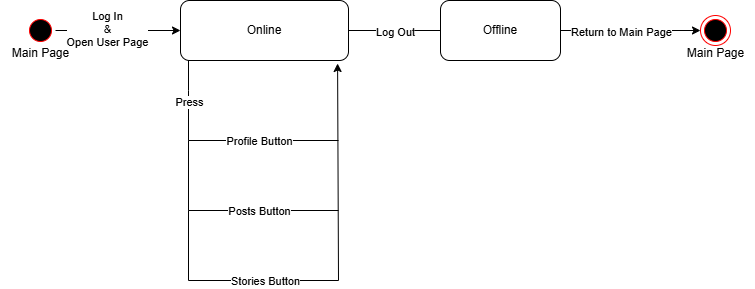
Before: State Diagram.png, a diagram exported from draw.io (AbdelrahmanEssam1007/ConnectHub). Source tidied: cells renumbered, new cells last; positions are measured from the earlier drawing's top-left corner, leaving out a move shared by most shapes.
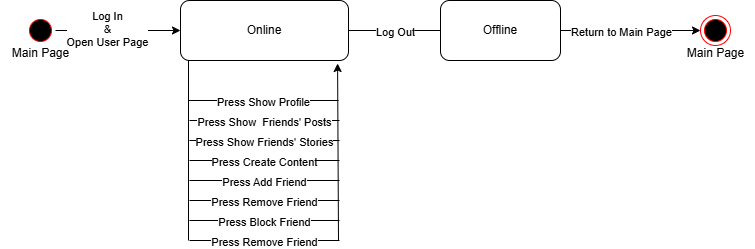
Later version of the same file.

Commit message:
Modified the state diagram

Change to the diagram source:
```diff
@@ -41,85 +41,85 @@
     <mxCell id="14" style="endArrow=none;html=1;rounded=0;exitX=0.5;exitY=1;exitDx=0;exitDy=0;endFill=0;" parent="1" edge="1">
       <mxGeometry relative="1" as="geometry">
         <mxPoint x="188" y="60" as="sourcePoint" />
-        <mxPoint x="188" y="90" as="targetPoint" />
+        <mxPoint x="188" y="240" as="targetPoint" />
       </mxGeometry>
     </mxCell>
-    <mxCell id="15" style="endArrow=none;html=1;rounded=0;exitX=0.5;exitY=1;exitDx=0;exitDy=0;endFill=0;" parent="1" edge="1">
-      <mxGeometry relative="1" as="geometry">
-        <mxPoint x="188" y="90" as="sourcePoint" />
-        <mxPoint x="188" y="140" as="targetPoint" />
-      </mxGeometry>
-    </mxCell>
-    <mxCell id="16" value="Press" style="edgeLabel;html=1;align=center;verticalAlign=middle;" parent="15" vertex="1">
-      <mxGeometry x="-0.56" relative="1" as="geometry" />
-    </mxCell>
-    <mxCell id="17" style="endArrow=none;html=1;rounded=0;endFill=0;exitX=0;exitY=0.5;exitDx=0;exitDy=0;" parent="1" edge="1">
-      <mxGeometry relative="1" as="geometry">
-        <mxPoint x="314" y="140" as="sourcePoint" />
-        <mxPoint x="188" y="140" as="targetPoint" />
-      </mxGeometry>
-    </mxCell>
-    <mxCell id="18" value="Profile Button" style="edgeLabel;html=1;align=center;verticalAlign=middle;" parent="17" vertex="1">
-      <mxGeometry x="0.33" relative="1" as="geometry">
-        <mxPoint x="28" as="offset" />
-      </mxGeometry>
-    </mxCell>
-    <mxCell id="19" style="endArrow=none;html=1;rounded=0;endFill=0;" parent="1" edge="1">
-      <mxGeometry relative="1" as="geometry">
-        <mxPoint x="188" y="140" as="sourcePoint" />
-        <mxPoint x="188" y="210" as="targetPoint" />
-      </mxGeometry>
-    </mxCell>
-    <mxCell id="20" style="endArrow=none;html=1;rounded=0;endFill=0;exitX=0;exitY=0.5;exitDx=0;exitDy=0;" parent="1" edge="1">
-      <mxGeometry relative="1" as="geometry">
-        <mxPoint x="314" y="210" as="sourcePoint" />
-        <mxPoint x="188" y="210" as="targetPoint" />
-      </mxGeometry>
-    </mxCell>
-    <mxCell id="21" value="Posts Button" style="edgeLabel;html=1;align=center;verticalAlign=middle;" parent="20" vertex="1">
-      <mxGeometry x="0.43" relative="1" as="geometry">
-        <mxPoint x="34" as="offset" />
-      </mxGeometry>
-    </mxCell>
-    <mxCell id="22" style="endArrow=none;html=1;rounded=0;endFill=0;" parent="1" edge="1">
-      <mxGeometry relative="1" as="geometry">
-        <mxPoint x="188" y="210" as="sourcePoint" />
-        <mxPoint x="188" y="280" as="targetPoint" />
-      </mxGeometry>
-    </mxCell>
-    <mxCell id="23" style="endArrow=none;html=1;rounded=0;endFill=0;exitX=0;exitY=0.5;exitDx=0;exitDy=0;" parent="1" edge="1">
-      <mxGeometry relative="1" as="geometry">
-        <mxPoint x="314" y="280" as="sourcePoint" />
-        <mxPoint x="188" y="280" as="targetPoint" />
-      </mxGeometry>
-    </mxCell>
-    <mxCell id="24" value="Stories Button" style="edgeLabel;html=1;align=center;verticalAlign=middle;" parent="23" vertex="1">
-      <mxGeometry x="0.52" y="1" relative="1" as="geometry">
-        <mxPoint x="46" y="-1" as="offset" />
-      </mxGeometry>
-    </mxCell>
     <mxCell id="25" style="endArrow=classic;html=1;rounded=0;entryX=0.935;entryY=1.05;entryDx=0;entryDy=0;entryPerimeter=0;" parent="1" edge="1" target="3">
       <mxGeometry relative="1" as="geometry">
-        <mxPoint x="338" y="280" as="sourcePoint" />
+        <mxPoint x="338" y="240" as="sourcePoint" />
       </mxGeometry>
     </mxCell>
-    <mxCell id="26" style="endArrow=none;html=1;rounded=0;exitX=1;exitY=0.5;exitDx=0;exitDy=0;" parent="1" edge="1">
-      <mxGeometry relative="1" as="geometry">
-        <mxPoint x="304" y="280" as="sourcePoint" />
-        <mxPoint x="338" y="280" as="targetPoint" />
-      </mxGeometry>
-    </mxCell>
-    <mxCell id="27" style="endArrow=none;html=1;rounded=0;exitX=1;exitY=0.5;exitDx=0;exitDy=0;" parent="1" edge="1">
-      <mxGeometry relative="1" as="geometry">
-        <mxPoint x="304" y="210" as="sourcePoint" />
-        <mxPoint x="338" y="210" as="targetPoint" />
-      </mxGeometry>
-    </mxCell>
-    <mxCell id="28" style="endArrow=none;html=1;rounded=0;entryX=1;entryY=0.5;entryDx=0;entryDy=0;" parent="1" edge="1">
-      <mxGeometry relative="1" as="geometry">
-        <mxPoint x="338" y="140" as="sourcePoint" />
-        <mxPoint x="304" y="140" as="targetPoint" />
-      </mxGeometry>
-    </mxCell>
+    <mxCell id="29" style="endArrow=none;html=1;rounded=0;" parent="1" edge="1">
+      <mxGeometry relative="1" as="geometry">
+        <mxPoint x="188" y="100" as="sourcePoint" />
+        <mxPoint x="338" y="100" as="targetPoint" />
+      </mxGeometry>
+    </mxCell>
+    <mxCell id="30" value="Press Show Profile" style="edgeLabel;html=1;align=center;verticalAlign=middle;" parent="29" vertex="1">
+      <mxGeometry x="-0.01" y="-1" relative="1" as="geometry" />
+    </mxCell>
+    <mxCell id="31" style="endArrow=none;html=1;rounded=0;" parent="1" edge="1">
+      <mxGeometry relative="1" as="geometry">
+        <mxPoint x="189" y="120" as="sourcePoint" />
+        <mxPoint x="339" y="120" as="targetPoint" />
+      </mxGeometry>
+    </mxCell>
+    <mxCell id="32" value="Press Show&amp;nbsp; Friends' Posts" style="edgeLabel;html=1;align=center;verticalAlign=middle;" parent="31" vertex="1">
+      <mxGeometry x="-0.01" y="-1" relative="1" as="geometry" />
+    </mxCell>
+    <mxCell id="33" style="endArrow=none;html=1;rounded=0;" parent="1" edge="1">
+      <mxGeometry relative="1" as="geometry">
+        <mxPoint x="189" y="160" as="sourcePoint" />
+        <mxPoint x="339" y="160" as="targetPoint" />
+      </mxGeometry>
+    </mxCell>
+    <mxCell id="34" value="Press Create Content" style="edgeLabel;html=1;align=center;verticalAlign=middle;" parent="33" vertex="1">
+      <mxGeometry x="-0.01" y="-1" relative="1" as="geometry" />
+    </mxCell>
+    <mxCell id="35" style="endArrow=none;html=1;rounded=0;" parent="1" edge="1">
+      <mxGeometry relative="1" as="geometry">
+        <mxPoint x="189" y="140" as="sourcePoint" />
+        <mxPoint x="339" y="140" as="targetPoint" />
+      </mxGeometry>
+    </mxCell>
+    <mxCell id="36" value="Press Show Friends' Stories" style="edgeLabel;html=1;align=center;verticalAlign=middle;" parent="35" vertex="1">
+      <mxGeometry x="-0.01" y="-1" relative="1" as="geometry" />
+    </mxCell>
+    <mxCell id="37" style="endArrow=none;html=1;rounded=0;" parent="1" edge="1">
+      <mxGeometry relative="1" as="geometry">
+        <mxPoint x="189" y="180" as="sourcePoint" />
+        <mxPoint x="339" y="180" as="targetPoint" />
+      </mxGeometry>
+    </mxCell>
+    <mxCell id="38" value="Press Add Friend" style="edgeLabel;html=1;align=center;verticalAlign=middle;" parent="37" vertex="1">
+      <mxGeometry x="-0.01" y="-1" relative="1" as="geometry" />
+    </mxCell>
+    <mxCell id="39" style="endArrow=none;html=1;rounded=0;" parent="1" edge="1">
+      <mxGeometry relative="1" as="geometry">
+        <mxPoint x="189" y="200" as="sourcePoint" />
+        <mxPoint x="339" y="200" as="targetPoint" />
+      </mxGeometry>
+    </mxCell>
+    <mxCell id="40" value="Press Remove Friend" style="edgeLabel;html=1;align=center;verticalAlign=middle;" parent="39" vertex="1">
+      <mxGeometry x="-0.01" y="-1" relative="1" as="geometry" />
+    </mxCell>
+    <mxCell id="41" style="endArrow=none;html=1;rounded=0;" parent="1" edge="1">
+      <mxGeometry relative="1" as="geometry">
+        <mxPoint x="189" y="220" as="sourcePoint" />
+        <mxPoint x="339" y="220" as="targetPoint" />
+      </mxGeometry>
+    </mxCell>
+    <mxCell id="42" value="Press Block Friend" style="edgeLabel;html=1;align=center;verticalAlign=middle;" parent="41" vertex="1">
+      <mxGeometry x="-0.01" y="-1" relative="1" as="geometry" />
+    </mxCell>
+    <mxCell id="43" style="endArrow=none;html=1;rounded=0;" parent="1" edge="1">
+      <mxGeometry relative="1" as="geometry">
+        <mxPoint x="189" y="240" as="sourcePoint" />
+        <mxPoint x="339" y="240" as="targetPoint" />
+      </mxGeometry>
+    </mxCell>
+    <mxCell id="44" value="Press Remove Friend" style="edgeLabel;html=1;align=center;verticalAlign=middle;" parent="43" vertex="1">
+      <mxGeometry x="-0.01" y="-1" relative="1" as="geometry" />
+    </mxCell>
   </root>
 </mxGraphModel>
```
